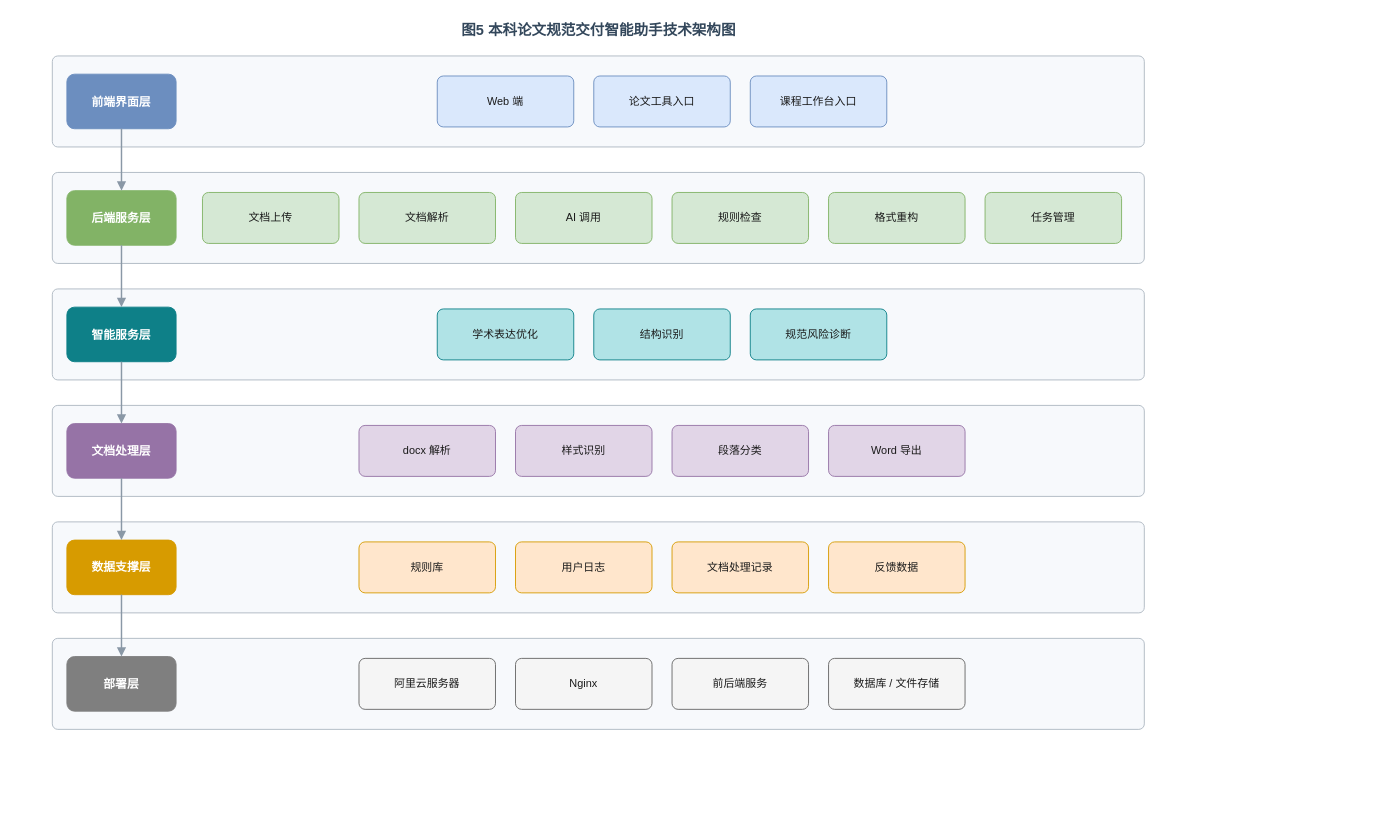
Before: docs/drawio/图5-技术架构图.drawio in LetItGoBoy/thesis-formatter, a draw.io diagram. Source tidied: cells renumbered, new cells numbered last; positions are measured from the earlier drawing's top-left corner, leaving out a move shared by most shapes. Both pictures are drawn from the tidied source at 91%, with x=0, y=0 at pixel (15, 15).
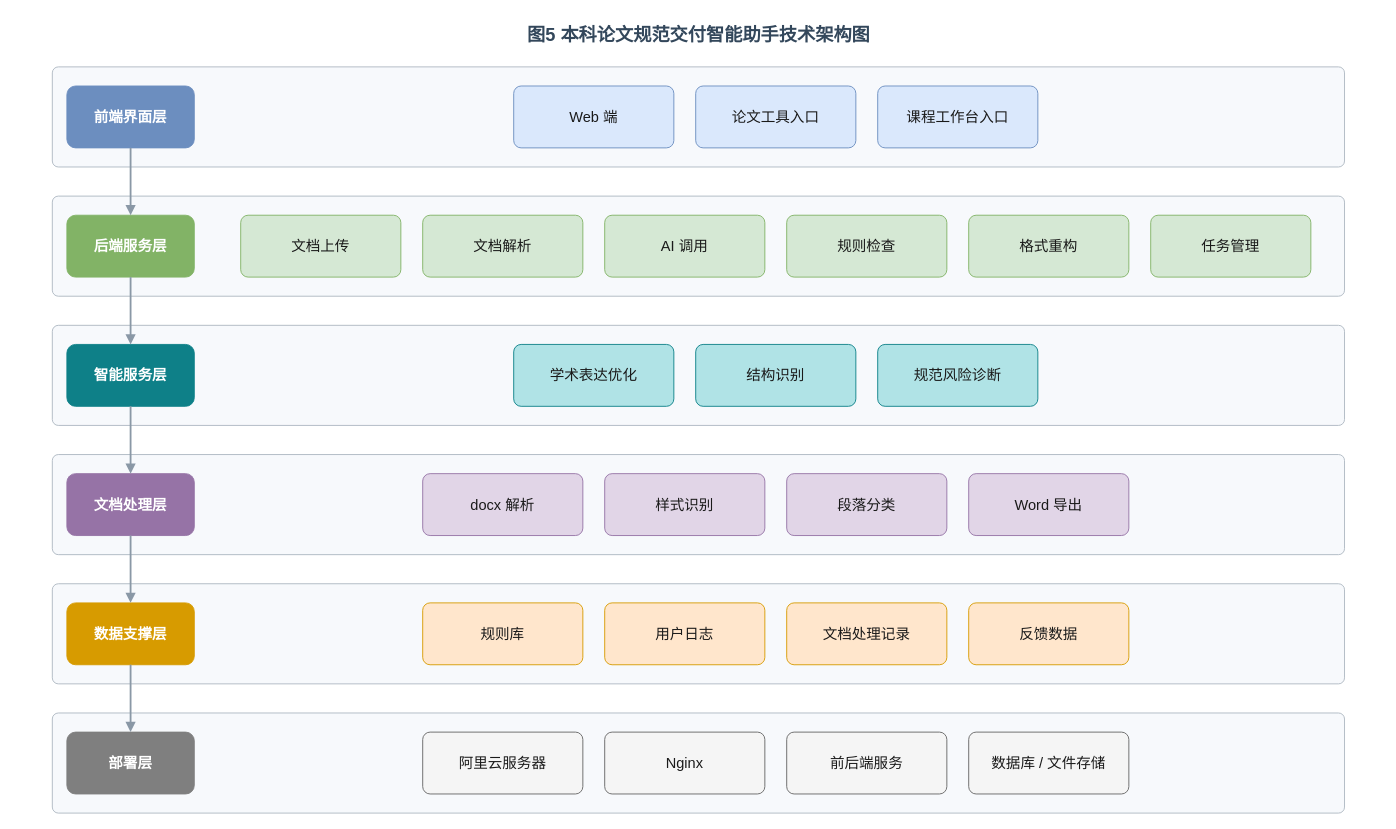
The same diagram, later.

Change to the diagram source:
```diff
@@
-    <mxCell id="2" value="图5  本科论文规范交付智能助手技术架构图" style="text;html=1;align=center;verticalAlign=middle;fontSize=16;fontStyle=1;fontColor=#33475B;" parent="1" vertex="1">
-      <mxGeometry width="1280" height="30" as="geometry" />
+    <mxCell id="2" value="图5  本科论文规范交付智能助手技术架构图" style="text;html=1;align=center;verticalAlign=middle;fontSize=20;fontStyle=1;fontColor=#33475B;" parent="1" vertex="1">
+      <mxGeometry y="2" width="1500" height="36" as="geometry" />
     </mxCell>
     <mxCell id="3" style="rounded=1;arcSize=6;whiteSpace=wrap;html=1;fillColor=#F7F9FC;strokeColor=#AEB8C2;dashed=0;" parent="1" vertex="1">
-      <mxGeometry x="40" y="44" width="1200" height="100" as="geometry" />
+      <mxGeometry x="40" y="56" width="1420" height="110" as="geometry" />
     </mxCell>
-    <mxCell id="4" value="前端界面层" style="rounded=1;arcSize=14;whiteSpace=wrap;html=1;fillColor=#6C8EBF;strokeColor=#6C8EBF;fontColor=#FFFFFF;fontStyle=1;fontSize=13;" parent="1" vertex="1">
-      <mxGeometry x="56" y="64" width="120" height="60" as="geometry" />
+    <mxCell id="4" value="前端界面层" style="rounded=1;arcSize=14;whiteSpace=wrap;html=1;fillColor=#6C8EBF;strokeColor=#6C8EBF;fontColor=#FFFFFF;fontStyle=1;fontSize=16;" parent="1" vertex="1">
+      <mxGeometry x="56" y="77" width="140" height="68" as="geometry" />
     </mxCell>
-    <mxCell id="5" value="Web 端" style="rounded=1;arcSize=12;whiteSpace=wrap;html=1;fillColor=#DAE8FC;strokeColor=#6C8EBF;fontColor=#1A1A1A;fontSize=12;shadow=0;" parent="1" vertex="1">
-      <mxGeometry x="463" y="66" width="150" height="56" as="geometry" />
+    <mxCell id="5" value="Web 端" style="rounded=1;arcSize=12;whiteSpace=wrap;html=1;fillColor=#DAE8FC;strokeColor=#6C8EBF;fontColor=#1A1A1A;fontSize=16;shadow=0;" parent="1" vertex="1">
+      <mxGeometry x="547" y="77" width="176" height="68" as="geometry" />
     </mxCell>
-    <mxCell id="6" value="论文工具入口" style="rounded=1;arcSize=12;whiteSpace=wrap;html=1;fillColor=#DAE8FC;strokeColor=#6C8EBF;fontColor=#1A1A1A;fontSize=12;shadow=0;" parent="1" vertex="1">
-      <mxGeometry x="635" y="66" width="150" height="56" as="geometry" />
+    <mxCell id="6" value="论文工具入口" style="rounded=1;arcSize=12;whiteSpace=wrap;html=1;fillColor=#DAE8FC;strokeColor=#6C8EBF;fontColor=#1A1A1A;fontSize=16;shadow=0;" parent="1" vertex="1">
+      <mxGeometry x="747" y="77" width="176" height="68" as="geometry" />
     </mxCell>
-    <mxCell id="7" value="课程工作台入口" style="rounded=1;arcSize=12;whiteSpace=wrap;html=1;fillColor=#DAE8FC;strokeColor=#6C8EBF;fontColor=#1A1A1A;fontSize=12;shadow=0;" parent="1" vertex="1">
-      <mxGeometry x="807" y="66" width="150" height="56" as="geometry" />
+    <mxCell id="7" value="课程工作台入口" style="rounded=1;arcSize=12;whiteSpace=wrap;html=1;fillColor=#DAE8FC;strokeColor=#6C8EBF;fontColor=#1A1A1A;fontSize=16;shadow=0;" parent="1" vertex="1">
+      <mxGeometry x="947" y="77" width="176" height="68" as="geometry" />
     </mxCell>
     <mxCell id="8" style="rounded=1;arcSize=6;whiteSpace=wrap;html=1;fillColor=#F7F9FC;strokeColor=#AEB8C2;dashed=0;" parent="1" vertex="1">
-      <mxGeometry x="40" y="172" width="1200" height="100" as="geometry" />
+      <mxGeometry x="40" y="198" width="1420" height="110" as="geometry" />
     </mxCell>
-    <mxCell id="9" value="后端服务层" style="rounded=1;arcSize=14;whiteSpace=wrap;html=1;fillColor=#82B366;strokeColor=#82B366;fontColor=#FFFFFF;fontStyle=1;fontSize=13;" parent="1" vertex="1">
-      <mxGeometry x="56" y="192" width="120" height="60" as="geometry" />
+    <mxCell id="9" value="后端服务层" style="rounded=1;arcSize=14;whiteSpace=wrap;html=1;fillColor=#82B366;strokeColor=#82B366;fontColor=#FFFFFF;fontStyle=1;fontSize=16;" parent="1" vertex="1">
+      <mxGeometry x="56" y="219" width="140" height="68" as="geometry" />
     </mxCell>
-    <mxCell id="10" value="文档上传" style="rounded=1;arcSize=12;whiteSpace=wrap;html=1;fillColor=#D5E8D4;strokeColor=#82B366;fontColor=#1A1A1A;fontSize=12;shadow=0;" parent="1" vertex="1">
-      <mxGeometry x="205" y="194" width="150" height="56" as="geometry" />
+    <mxCell id="10" value="文档上传" style="rounded=1;arcSize=12;whiteSpace=wrap;html=1;fillColor=#D5E8D4;strokeColor=#82B366;fontColor=#1A1A1A;fontSize=16;shadow=0;" parent="1" vertex="1">
+      <mxGeometry x="247" y="219" width="176" height="68" as="geometry" />
     </mxCell>
-    <mxCell id="11" value="文档解析" style="rounded=1;arcSize=12;whiteSpace=wrap;html=1;fillColor=#D5E8D4;strokeColor=#82B366;fontColor=#1A1A1A;fontSize=12;shadow=0;" parent="1" vertex="1">
-      <mxGeometry x="377" y="194" width="150" height="56" as="geometry" />
+    <mxCell id="11" value="文档解析" style="rounded=1;arcSize=12;whiteSpace=wrap;html=1;fillColor=#D5E8D4;strokeColor=#82B366;fontColor=#1A1A1A;fontSize=16;shadow=0;" parent="1" vertex="1">
+      <mxGeometry x="447" y="219" width="176" height="68" as="geometry" />
     </mxCell>
-    <mxCell id="12" value="AI 调用" style="rounded=1;arcSize=12;whiteSpace=wrap;html=1;fillColor=#D5E8D4;strokeColor=#82B366;fontColor=#1A1A1A;fontSize=12;shadow=0;" parent="1" vertex="1">
-      <mxGeometry x="549" y="194" width="150" height="56" as="geometry" />
+    <mxCell id="12" value="AI 调用" style="rounded=1;arcSize=12;whiteSpace=wrap;html=1;fillColor=#D5E8D4;strokeColor=#82B366;fontColor=#1A1A1A;fontSize=16;shadow=0;" parent="1" vertex="1">
+      <mxGeometry x="647" y="219" width="176" height="68" as="geometry" />
     </mxCell>
-    <mxCell id="13" value="规则检查" style="rounded=1;arcSize=12;whiteSpace=wrap;html=1;fillColor=#D5E8D4;strokeColor=#82B366;fontColor=#1A1A1A;fontSize=12;shadow=0;" parent="1" vertex="1">
-      <mxGeometry x="721" y="194" width="150" height="56" as="geometry" />
+    <mxCell id="13" value="规则检查" style="rounded=1;arcSize=12;whiteSpace=wrap;html=1;fillColor=#D5E8D4;strokeColor=#82B366;fontColor=#1A1A1A;fontSize=16;shadow=0;" parent="1" vertex="1">
+      <mxGeometry x="847" y="219" width="176" height="68" as="geometry" />
     </mxCell>
-    <mxCell id="14" value="格式重构" style="rounded=1;arcSize=12;whiteSpace=wrap;html=1;fillColor=#D5E8D4;strokeColor=#82B366;fontColor=#1A1A1A;fontSize=12;shadow=0;" parent="1" vertex="1">
-      <mxGeometry x="893" y="194" width="150" height="56" as="geometry" />
+    <mxCell id="14" value="格式重构" style="rounded=1;arcSize=12;whiteSpace=wrap;html=1;fillColor=#D5E8D4;strokeColor=#82B366;fontColor=#1A1A1A;fontSize=16;shadow=0;" parent="1" vertex="1">
+      <mxGeometry x="1047" y="219" width="176" height="68" as="geometry" />
     </mxCell>
-    <mxCell id="15" value="任务管理" style="rounded=1;arcSize=12;whiteSpace=wrap;html=1;fillColor=#D5E8D4;strokeColor=#82B366;fontColor=#1A1A1A;fontSize=12;shadow=0;" parent="1" vertex="1">
-      <mxGeometry x="1065" y="194" width="150" height="56" as="geometry" />
+    <mxCell id="15" value="任务管理" style="rounded=1;arcSize=12;whiteSpace=wrap;html=1;fillColor=#D5E8D4;strokeColor=#82B366;fontColor=#1A1A1A;fontSize=16;shadow=0;" parent="1" vertex="1">
+      <mxGeometry x="1247" y="219" width="176" height="68" as="geometry" />
     </mxCell>
     <mxCell id="16" style="rounded=1;arcSize=6;whiteSpace=wrap;html=1;fillColor=#F7F9FC;strokeColor=#AEB8C2;dashed=0;" parent="1" vertex="1">
-      <mxGeometry x="40" y="300" width="1200" height="100" as="geometry" />
+      <mxGeometry x="40" y="340" width="1420" height="110" as="geometry" />
     </mxCell>
-    <mxCell id="17" value="智能服务层" style="rounded=1;arcSize=14;whiteSpace=wrap;html=1;fillColor=#0E8088;strokeColor=#0E8088;fontColor=#FFFFFF;fontStyle=1;fontSize=13;" parent="1" vertex="1">
-      <mxGeometry x="56" y="320" width="120" height="60" as="geometry" />
+    <mxCell id="17" value="智能服务层" style="rounded=1;arcSize=14;whiteSpace=wrap;html=1;fillColor=#0E8088;strokeColor=#0E8088;fontColor=#FFFFFF;fontStyle=1;fontSize=16;" parent="1" vertex="1">
+      <mxGeometry x="56" y="361" width="140" height="68" as="geometry" />
     </mxCell>
-    <mxCell id="18" value="学术表达优化" style="rounded=1;arcSize=12;whiteSpace=wrap;html=1;fillColor=#B0E3E6;strokeColor=#0E8088;fontColor=#1A1A1A;fontSize=12;shadow=0;" parent="1" vertex="1">
-      <mxGeometry x="463" y="322" width="150" height="56" as="geometry" />
+    <mxCell id="18" value="学术表达优化" style="rounded=1;arcSize=12;whiteSpace=wrap;html=1;fillColor=#B0E3E6;strokeColor=#0E8088;fontColor=#1A1A1A;fontSize=16;shadow=0;" parent="1" vertex="1">
+      <mxGeometry x="547" y="361" width="176" height="68" as="geometry" />
     </mxCell>
-    <mxCell id="19" value="结构识别" style="rounded=1;arcSize=12;whiteSpace=wrap;html=1;fillColor=#B0E3E6;strokeColor=#0E8088;fontColor=#1A1A1A;fontSize=12;shadow=0;" parent="1" vertex="1">
-      <mxGeometry x="635" y="322" width="150" height="56" as="geometry" />
+    <mxCell id="19" value="结构识别" style="rounded=1;arcSize=12;whiteSpace=wrap;html=1;fillColor=#B0E3E6;strokeColor=#0E8088;fontColor=#1A1A1A;fontSize=16;shadow=0;" parent="1" vertex="1">
+      <mxGeometry x="747" y="361" width="176" height="68" as="geometry" />
     </mxCell>
-    <mxCell id="20" value="规范风险诊断" style="rounded=1;arcSize=12;whiteSpace=wrap;html=1;fillColor=#B0E3E6;strokeColor=#0E8088;fontColor=#1A1A1A;fontSize=12;shadow=0;" parent="1" vertex="1">
-      <mxGeometry x="807" y="322" width="150" height="56" as="geometry" />
+    <mxCell id="20" value="规范风险诊断" style="rounded=1;arcSize=12;whiteSpace=wrap;html=1;fillColor=#B0E3E6;strokeColor=#0E8088;fontColor=#1A1A1A;fontSize=16;shadow=0;" parent="1" vertex="1">
+      <mxGeometry x="947" y="361" width="176" height="68" as="geometry" />
     </mxCell>
     <mxCell id="21" style="rounded=1;arcSize=6;whiteSpace=wrap;html=1;fillColor=#F7F9FC;strokeColor=#AEB8C2;dashed=0;" parent="1" vertex="1">
-      <mxGeometry x="40" y="428" width="1200" height="100" as="geometry" />
+      <mxGeometry x="40" y="482" width="1420" height="110" as="geometry" />
     </mxCell>
-    <mxCell id="22" value="文档处理层" style="rounded=1;arcSize=14;whiteSpace=wrap;html=1;fillColor=#9673A6;strokeColor=#9673A6;fontColor=#FFFFFF;fontStyle=1;fontSize=13;" parent="1" vertex="1">
-      <mxGeometry x="56" y="448" width="120" height="60" as="geometry" />
+    <mxCell id="22" value="文档处理层" style="rounded=1;arcSize=14;whiteSpace=wrap;html=1;fillColor=#9673A6;strokeColor=#9673A6;fontColor=#FFFFFF;fontStyle=1;fontSize=16;" parent="1" vertex="1">
+      <mxGeometry x="56" y="503" width="140" height="68" as="geometry" />
     </mxCell>
-    <mxCell id="23" value="docx 解析" style="rounded=1;arcSize=12;whiteSpace=wrap;html=1;fillColor=#E1D5E7;strokeColor=#9673A6;fontColor=#1A1A1A;fontSize=12;shadow=0;" parent="1" vertex="1">
-      <mxGeometry x="377" y="450" width="150" height="56" as="geometry" />
+    <mxCell id="23" value="docx 解析" style="rounded=1;arcSize=12;whiteSpace=wrap;html=1;fillColor=#E1D5E7;strokeColor=#9673A6;fontColor=#1A1A1A;fontSize=16;shadow=0;" parent="1" vertex="1">
+      <mxGeometry x="447" y="503" width="176" height="68" as="geometry" />
     </mxCell>
-    <mxCell id="24" value="样式识别" style="rounded=1;arcSize=12;whiteSpace=wrap;html=1;fillColor=#E1D5E7;strokeColor=#9673A6;fontColor=#1A1A1A;fontSize=12;shadow=0;" parent="1" vertex="1">
-      <mxGeometry x="549" y="450" width="150" height="56" as="geometry" />
+    <mxCell id="24" value="样式识别" style="rounded=1;arcSize=12;whiteSpace=wrap;html=1;fillColor=#E1D5E7;strokeColor=#9673A6;fontColor=#1A1A1A;fontSize=16;shadow=0;" parent="1" vertex="1">
+      <mxGeometry x="647" y="503" width="176" height="68" as="geometry" />
     </mxCell>
-    <mxCell id="25" value="段落分类" style="rounded=1;arcSize=12;whiteSpace=wrap;html=1;fillColor=#E1D5E7;strokeColor=#9673A6;fontColor=#1A1A1A;fontSize=12;shadow=0;" parent="1" vertex="1">
-      <mxGeometry x="721" y="450" width="150" height="56" as="geometry" />
+    <mxCell id="25" value="段落分类" style="rounded=1;arcSize=12;whiteSpace=wrap;html=1;fillColor=#E1D5E7;strokeColor=#9673A6;fontColor=#1A1A1A;fontSize=16;shadow=0;" parent="1" vertex="1">
+      <mxGeometry x="847" y="503" width="176" height="68" as="geometry" />
     </mxCell>
-    <mxCell id="26" value="Word 导出" style="rounded=1;arcSize=12;whiteSpace=wrap;html=1;fillColor=#E1D5E7;strokeColor=#9673A6;fontColor=#1A1A1A;fontSize=12;shadow=0;" parent="1" vertex="1">
-      <mxGeometry x="893" y="450" width="150" height="56" as="geometry" />
+    <mxCell id="26" value="Word 导出" style="rounded=1;arcSize=12;whiteSpace=wrap;html=1;fillColor=#E1D5E7;strokeColor=#9673A6;fontColor=#1A1A1A;fontSize=16;shadow=0;" parent="1" vertex="1">
+      <mxGeometry x="1047" y="503" width="176" height="68" as="geometry" />
     </mxCell>
     <mxCell id="27" style="rounded=1;arcSize=6;whiteSpace=wrap;html=1;fillColor=#F7F9FC;strokeColor=#AEB8C2;dashed=0;" parent="1" vertex="1">
-      <mxGeometry x="40" y="556" width="1200" height="100" as="geometry" />
+      <mxGeometry x="40" y="624" width="1420" height="110" as="geometry" />
     </mxCell>
-    <mxCell id="28" value="数据支撑层" style="rounded=1;arcSize=14;whiteSpace=wrap;html=1;fillColor=#D79B00;strokeColor=#D79B00;fontColor=#FFFFFF;fontStyle=1;fontSize=13;" parent="1" vertex="1">
-      <mxGeometry x="56" y="576" width="120" height="60" as="geometry" />
+    <mxCell id="28" value="数据支撑层" style="rounded=1;arcSize=14;whiteSpace=wrap;html=1;fillColor=#D79B00;strokeColor=#D79B00;fontColor=#FFFFFF;fontStyle=1;fontSize=16;" parent="1" vertex="1">
+      <mxGeometry x="56" y="645" width="140" height="68" as="geometry" />
     </mxCell>
-    <mxCell id="29" value="规则库" style="rounded=1;arcSize=12;whiteSpace=wrap;html=1;fillColor=#FFE6CC;strokeColor=#D79B00;fontColor=#1A1A1A;fontSize=12;shadow=0;" parent="1" vertex="1">
-      <mxGeometry x="377" y="578" width="150" height="56" as="geometry" />
+    <mxCell id="29" value="规则库" style="rounded=1;arcSize=12;whiteSpace=wrap;html=1;fillColor=#FFE6CC;strokeColor=#D79B00;fontColor=#1A1A1A;fontSize=16;shadow=0;" parent="1" vertex="1">
+      <mxGeometry x="447" y="645" width="176" height="68" as="geometry" />
     </mxCell>
-    <mxCell id="30" value="用户日志" style="rounded=1;arcSize=12;whiteSpace=wrap;html=1;fillColor=#FFE6CC;strokeColor=#D79B00;fontColor=#1A1A1A;fontSize=12;shadow=0;" parent="1" vertex="1">
-      <mxGeometry x="549" y="578" width="150" height="56" as="geometry" />
+    <mxCell id="30" value="用户日志" style="rounded=1;arcSize=12;whiteSpace=wrap;html=1;fillColor=#FFE6CC;strokeColor=#D79B00;fontColor=#1A1A1A;fontSize=16;shadow=0;" parent="1" vertex="1">
+      <mxGeometry x="647" y="645" width="176" height="68" as="geometry" />
     </mxCell>
-    <mxCell id="31" value="文档处理记录" style="rounded=1;arcSize=12;whiteSpace=wrap;html=1;fillColor=#FFE6CC;strokeColor=#D79B00;fontColor=#1A1A1A;fontSize=12;shadow=0;" parent="1" vertex="1">
-      <mxGeometry x="721" y="578" width="150" height="56" as="geometry" />
+    <mxCell id="31" value="文档处理记录" style="rounded=1;arcSize=12;whiteSpace=wrap;html=1;fillColor=#FFE6CC;strokeColor=#D79B00;fontColor=#1A1A1A;fontSize=16;shadow=0;" parent="1" vertex="1">
+      <mxGeometry x="847" y="645" width="176" height="68" as="geometry" />
     </mxCell>
-    <mxCell id="32" value="反馈数据" style="rounded=1;arcSize=12;whiteSpace=wrap;html=1;fillColor=#FFE6CC;strokeColor=#D79B00;fontColor=#1A1A1A;fontSize=12;shadow=0;" parent="1" vertex="1">
-      <mxGeometry x="893" y="578" width="150" height="56" as="geometry" />
+    <mxCell id="32" value="反馈数据" style="rounded=1;arcSize=12;whiteSpace=wrap;html=1;fillColor=#FFE6CC;strokeColor=#D79B00;fontColor=#1A1A1A;fontSize=16;shadow=0;" parent="1" vertex="1">
+      <mxGeometry x="1047" y="645" width="176" height="68" as="geometry" />
     </mxCell>
     <mxCell id="33" style="rounded=1;arcSize=6;whiteSpace=wrap;html=1;fillColor=#F7F9FC;strokeColor=#AEB8C2;dashed=0;" parent="1" vertex="1">
-      <mxGeometry x="40" y="684" width="1200" height="100" as="geometry" />
+      <mxGeometry x="40" y="766" width="1420" height="110" as="geometry" />
     </mxCell>
-    <mxCell id="34" value="部署层" style="rounded=1;arcSize=14;whiteSpace=wrap;html=1;fillColor=#7F7F7F;strokeColor=#7F7F7F;fontColor=#FFFFFF;fontStyle=1;fontSize=13;" parent="1" vertex="1">
-      <mxGeometry x="56" y="704" width="120" height="60" as="geometry" />
+    <mxCell id="34" value="部署层" style="rounded=1;arcSize=14;whiteSpace=wrap;html=1;fillColor=#7F7F7F;strokeColor=#7F7F7F;fontColor=#FFFFFF;fontStyle=1;fontSize=16;" parent="1" vertex="1">
+      <mxGeometry x="56" y="787" width="140" height="68" as="geometry" />
     </mxCell>
-    <mxCell id="35" value="阿里云服务器" style="rounded=1;arcSize=12;whiteSpace=wrap;html=1;fillColor=#F5F5F5;strokeColor=#666666;fontColor=#1A1A1A;fontSize=12;shadow=0;" parent="1" vertex="1">
-      <mxGeometry x="377" y="706" width="150" height="56" as="geometry" />
+    <mxCell id="35" value="阿里云服务器" style="rounded=1;arcSize=12;whiteSpace=wrap;html=1;fillColor=#F5F5F5;strokeColor=#666666;fontColor=#1A1A1A;fontSize=16;shadow=0;" parent="1" vertex="1">
+      <mxGeometry x="447" y="787" width="176" height="68" as="geometry" />
     </mxCell>
-    <mxCell id="36" value="Nginx" style="rounded=1;arcSize=12;whiteSpace=wrap;html=1;fillColor=#F5F5F5;strokeColor=#666666;fontColor=#1A1A1A;fontSize=12;shadow=0;" parent="1" vertex="1">
-      <mxGeometry x="549" y="706" width="150" height="56" as="geometry" />
+    <mxCell id="36" value="Nginx" style="rounded=1;arcSize=12;whiteSpace=wrap;html=1;fillColor=#F5F5F5;strokeColor=#666666;fontColor=#1A1A1A;fontSize=16;shadow=0;" parent="1" vertex="1">
+      <mxGeometry x="647" y="787" width="176" height="68" as="geometry" />
     </mxCell>
-    <mxCell id="37" value="前后端服务" style="rounded=1;arcSize=12;whiteSpace=wrap;html=1;fillColor=#F5F5F5;strokeColor=#666666;fontColor=#1A1A1A;fontSize=12;shadow=0;" parent="1" vertex="1">
-      <mxGeometry x="721" y="706" width="150" height="56" as="geometry" />
+    <mxCell id="37" value="前后端服务" style="rounded=1;arcSize=12;whiteSpace=wrap;html=1;fillColor=#F5F5F5;strokeColor=#666666;fontColor=#1A1A1A;fontSize=16;shadow=0;" parent="1" vertex="1">
+      <mxGeometry x="847" y="787" width="176" height="68" as="geometry" />
     </mxCell>
-    <mxCell id="38" value="数据库 / 文件存储" style="rounded=1;arcSize=12;whiteSpace=wrap;html=1;fillColor=#F5F5F5;strokeColor=#666666;fontColor=#1A1A1A;fontSize=12;shadow=0;" parent="1" vertex="1">
-      <mxGeometry x="893" y="706" width="150" height="56" as="geometry" />
+    <mxCell id="38" value="数据库 / 文件存储" style="rounded=1;arcSize=12;whiteSpace=wrap;html=1;fillColor=#F5F5F5;strokeColor=#666666;fontColor=#1A1A1A;fontSize=16;shadow=0;" parent="1" vertex="1">
+      <mxGeometry x="1047" y="787" width="176" height="68" as="geometry" />
     </mxCell>
-    <mxCell id="39" style="edgeStyle=orthogonalEdgeStyle;rounded=1;html=1;strokeColor=#8A98A6;strokeWidth=1.6;endArrow=block;endFill=1;fontSize=11;fontColor=#33475B;" parent="1" edge="1" source="4" target="9">
+    <mxCell id="39" style="edgeStyle=orthogonalEdgeStyle;rounded=1;html=1;strokeColor=#8A98A6;strokeWidth=2;endArrow=block;endFill=1;fontSize=15;fontColor=#33475B;" parent="1" edge="1" source="4" target="9">
       <mxGeometry relative="1" as="geometry" />
     </mxCell>
-    <mxCell id="40" style="edgeStyle=orthogonalEdgeStyle;rounded=1;html=1;strokeColor=#8A98A6;strokeWidth=1.6;endArrow=block;endFill=1;fontSize=11;fontColor=#33475B;" parent="1" edge="1" source="9" target="17">
+    <mxCell id="40" style="edgeStyle=orthogonalEdgeStyle;rounded=1;html=1;strokeColor=#8A98A6;strokeWidth=2;endArrow=block;endFill=1;fontSize=15;fontColor=#33475B;" parent="1" edge="1" source="9" target="17">
       <mxGeometry relative="1" as="geometry" />
     </mxCell>
-    <mxCell id="41" style="edgeStyle=orthogonalEdgeStyle;rounded=1;html=1;strokeColor=#8A98A6;strokeWidth=1.6;endArrow=block;endFill=1;fontSize=11;fontColor=#33475B;" parent="1" edge="1" source="17" target="22">
+    <mxCell id="41" style="edgeStyle=orthogonalEdgeStyle;rounded=1;html=1;strokeColor=#8A98A6;strokeWidth=2;endArrow=block;endFill=1;fontSize=15;fontColor=#33475B;" parent="1" edge="1" source="17" target="22">
       <mxGeometry relative="1" as="geometry" />
     </mxCell>
-    <mxCell id="42" style="edgeStyle=orthogonalEdgeStyle;rounded=1;html=1;strokeColor=#8A98A6;strokeWidth=1.6;endArrow=block;endFill=1;fontSize=11;fontColor=#33475B;" parent="1" edge="1" source="22" target="28">
+    <mxCell id="42" style="edgeStyle=orthogonalEdgeStyle;rounded=1;html=1;strokeColor=#8A98A6;strokeWidth=2;endArrow=block;endFill=1;fontSize=15;fontColor=#33475B;" parent="1" edge="1" source="22" target="28">
       <mxGeometry relative="1" as="geometry" />
     </mxCell>
-    <mxCell id="43" style="edgeStyle=orthogonalEdgeStyle;rounded=1;html=1;strokeColor=#8A98A6;strokeWidth=1.6;endArrow=block;endFill=1;fontSize=11;fontColor=#33475B;" parent="1" edge="1" source="28" target="34">
+    <mxCell id="43" style="edgeStyle=orthogonalEdgeStyle;rounded=1;html=1;strokeColor=#8A98A6;strokeWidth=2;endArrow=block;endFill=1;fontSize=15;fontColor=#33475B;" parent="1" edge="1" source="28" target="34">
       <mxGeometry relative="1" as="geometry" />
     </mxCell>
```
